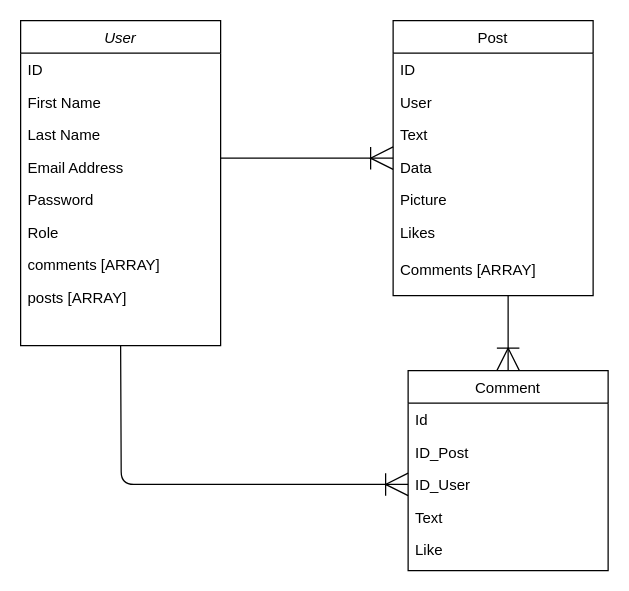
The draw.io diagram DB diagram/DB.drawio in basalaevanton/PetBlog-server, before the edit. Source tidied: cells renumbered, new cells numbered last; positions are measured from the earlier drawing's top-left corner, leaving out a move shared by most shapes. Both pictures are drawn from the tidied source at 125%, with x=0, y=0 at pixel (20, 20).
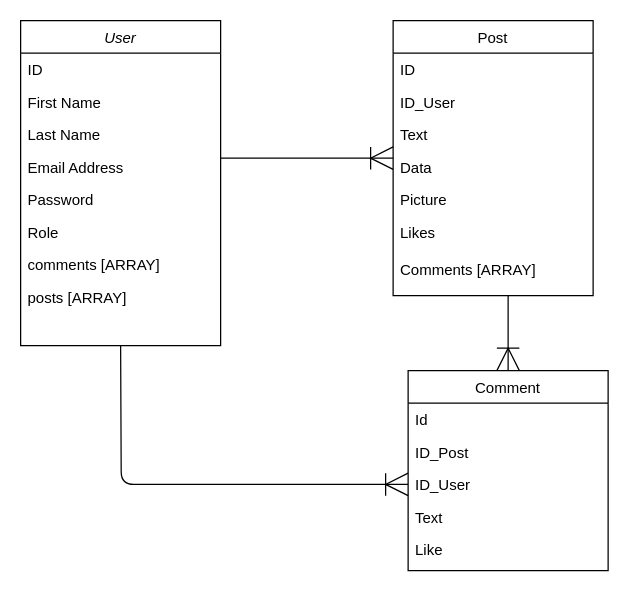
Above is the later version.

Unchanged cells that the change refers to:
```xml
<mxCell id="11" value="Post" style="swimlane;fontStyle=0;align=center;verticalAlign=top;horizontal=1;startSize=26;rounded=0;shadow=0;strokeWidth=1;" parent="1" vertex="1">
  <mxGeometry x="298" width="160" height="220" as="geometry" />
</mxCell>
```

Diff of the diagram source:
```diff
@@
-    <mxCell id="13" value="User" style="text;align=left;verticalAlign=top;spacingLeft=4;spacingRight=4;overflow=hidden;" parent="11" vertex="1">
+    <mxCell id="13" value="ID_User&#10;" style="text;align=left;verticalAlign=top;spacingLeft=4;spacingRight=4;overflow=hidden;" parent="11" vertex="1">
       <mxGeometry y="52" width="160" height="26" as="geometry" />
     </mxCell>
```
